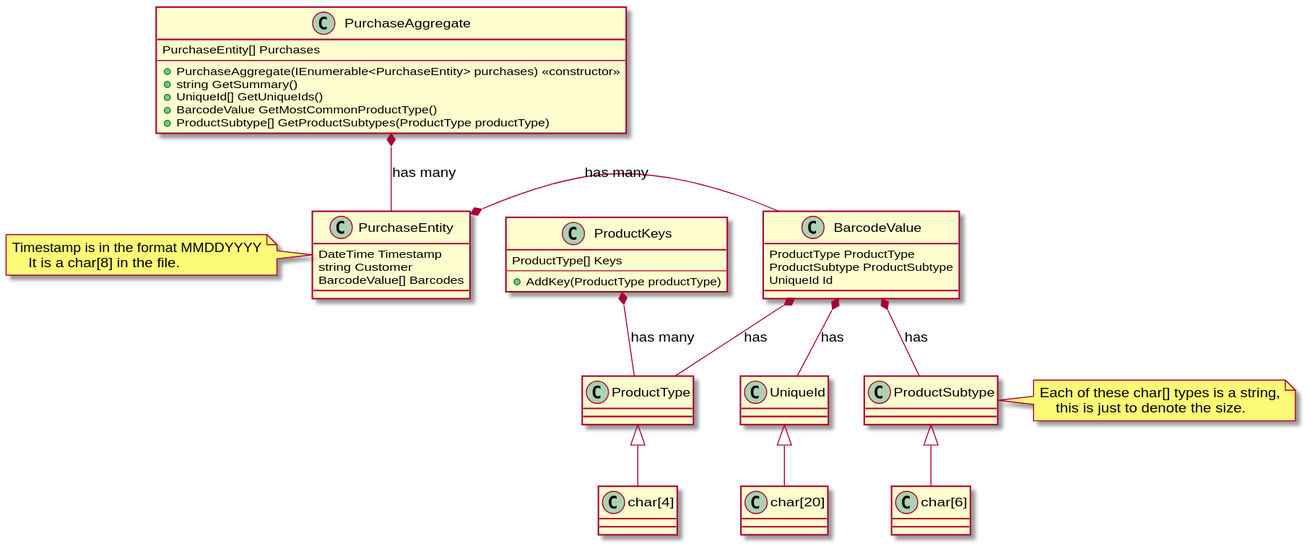
This is docs/classStructure.svg from aholmes/2020-InterviewRound3, a PlantUML export, as it was before one commit.
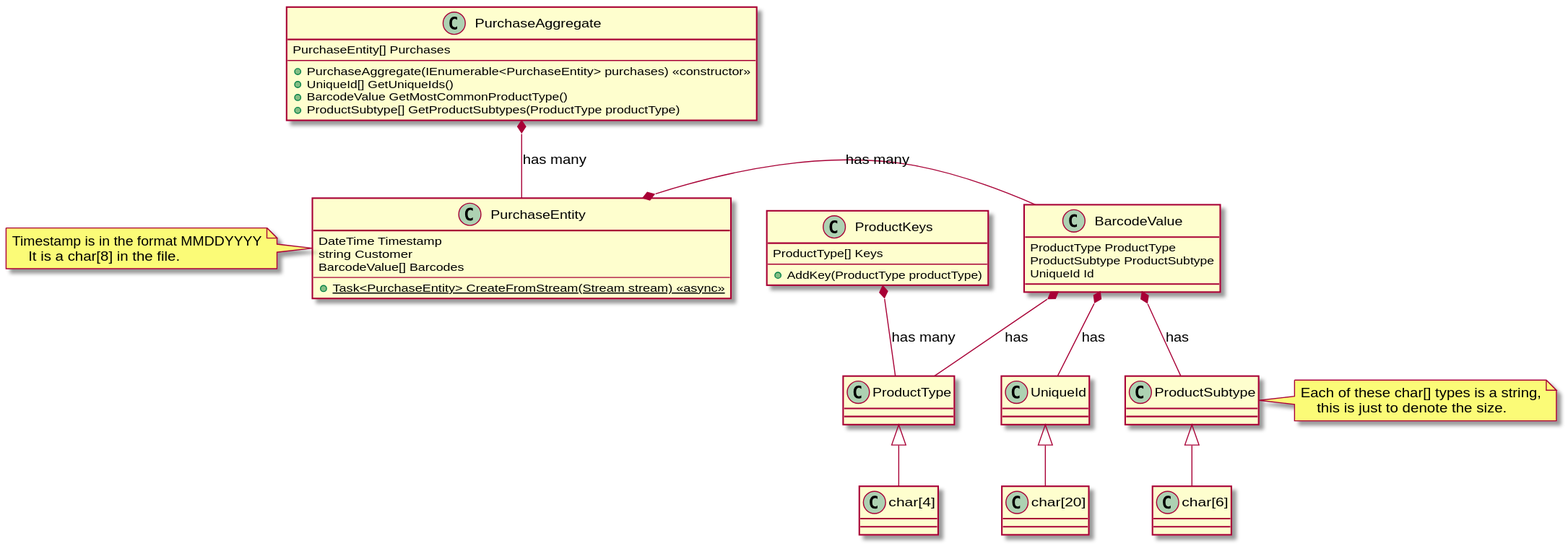
Later version of the same file.

Commit message:
Update UML with static method for file parsing

Diff of the diagram source:
```diff
@@ -10,6 +10,8 @@
     DateTime Timestamp
     string Customer
     BarcodeValue[] Barcodes
+    --
+    {static} +Task<PurchaseEntity> CreateFromStream(Stream stream) <<async>>
 }
 note left
 Timestamp is in the format MMDDYYYY
@@ -20,7 +22,6 @@
     PurchaseEntity[] Purchases
     --
     +PurchaseAggregate(IEnumerable<PurchaseEntity> purchases) <<constructor>>
-    +string GetSummary()
     +UniqueId[] GetUniqueIds()
     +BarcodeValue GetMostCommonProductType()
     +ProductSubtype[] GetProductSubtypes(ProductType productType)
```
